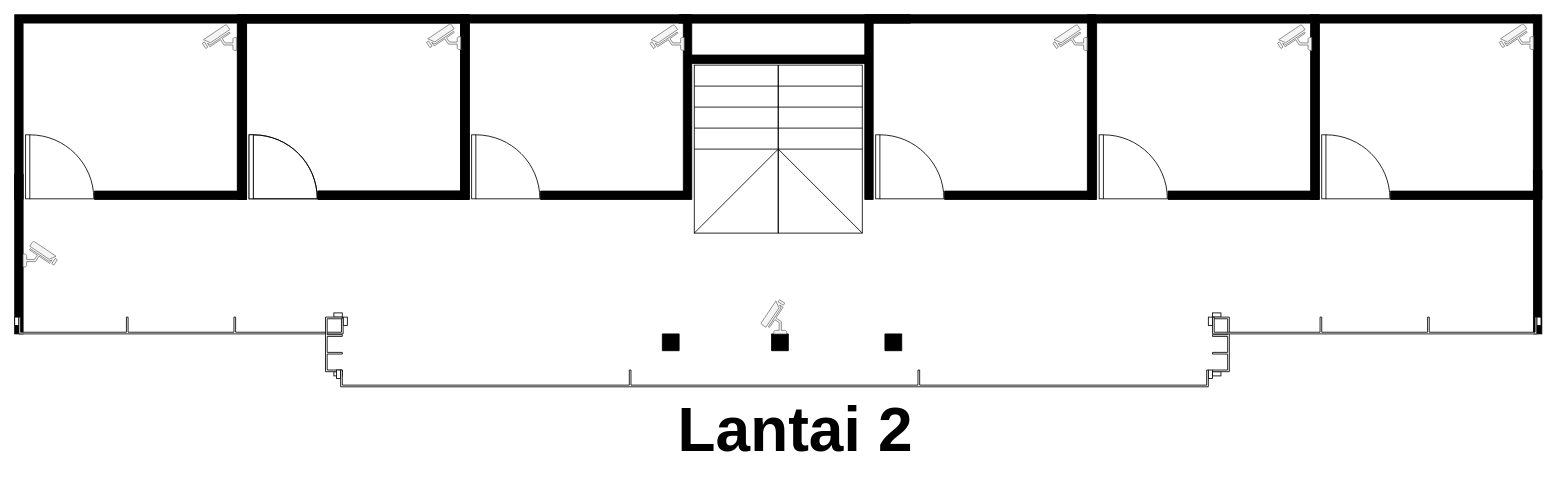
Before: page "2nd - floor" (2 of 4) of Diagram Tanpa Judul.drawio in mohammadrifanmushlih17/My-Project-Draw, a draw.io diagram. Source tidied: cells renumbered, new cells numbered last; positions are measured from the earlier drawing's top-left corner, leaving out a move shared by most shapes. Both pictures are drawn from the tidied source at 84%, with x=0, y=0 at pixel (14, 14).
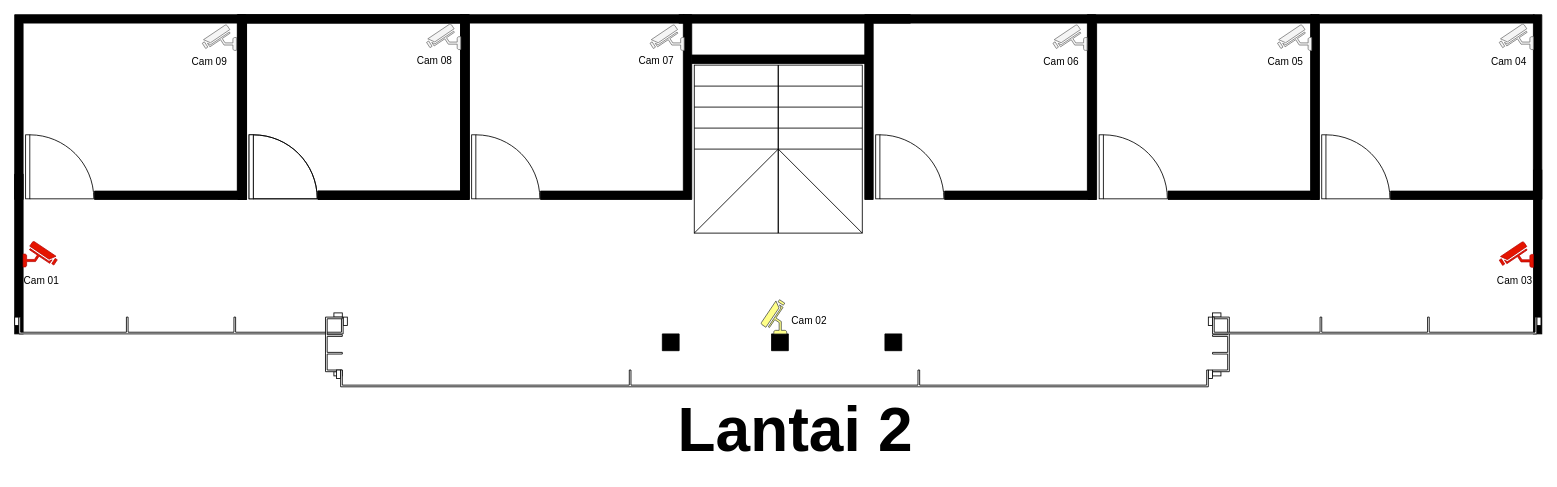
The same diagram, later.

The change refers to these unchanged cells:
```xml
<mxCell id="9" style="group;" parent="1" vertex="1">
  <mxGeometry x="531" width="275" height="220" as="geometry" />
</mxCell>
<mxCell id="16" style="group;" parent="1" vertex="1">
  <mxGeometry x="1278" width="275" height="220" as="geometry" />
</mxCell>
<mxCell id="20" style="group;" parent="1" vertex="1">
  <mxGeometry x="1543" width="275" height="220" as="geometry" />
</mxCell>
<mxCell id="38" style="group;" parent="1" vertex="1">
  <mxGeometry x="266" width="275" height="220" as="geometry" />
</mxCell>
```

Diff of the diagram source:
```diff
@@
+    <mxCell id="50" value="Cam 07" style="text;html=1;align=center;verticalAlign=middle;whiteSpace=wrap;rounded=0;" parent="9" vertex="1">
+      <mxGeometry x="203" y="40" width="60" height="30" as="geometry" />
+    </mxCell>
@@
+    <mxCell id="51" value="Cam 05" style="text;html=1;align=center;verticalAlign=middle;whiteSpace=wrap;rounded=0;" parent="16" vertex="1">
+      <mxGeometry x="205" y="41" width="60" height="30" as="geometry" />
+    </mxCell>
@@
+    <mxCell id="52" value="Cam 04" style="text;html=1;align=center;verticalAlign=middle;whiteSpace=wrap;rounded=0;" parent="20" vertex="1">
+      <mxGeometry x="206" y="41" width="60" height="30" as="geometry" />
+    </mxCell>
@@
+    <mxCell id="53" value="Cam 08" style="text;html=1;align=center;verticalAlign=middle;whiteSpace=wrap;rounded=0;" parent="38" vertex="1">
+      <mxGeometry x="204" y="40" width="60" height="30" as="geometry" />
+    </mxCell>
@@
-    <mxCell id="47" style="fontColor=#333333;verticalAlign=top;verticalLabelPosition=bottom;labelPosition=center;align=center;html=1;fillColor=#f5f5f5;strokeColor=#666666;gradientDirection=north;strokeWidth=2;shape=mxgraph.networks.security_camera;direction=east;flipH=0;" parent="1" vertex="1">
+    <mxCell id="47" style="fontColor=#ffffff;verticalAlign=top;verticalLabelPosition=bottom;labelPosition=center;align=center;html=1;fillColor=#e51400;strokeColor=#B20000;gradientDirection=north;strokeWidth=2;shape=mxgraph.networks.security_camera;direction=east;flipH=0;" parent="1" vertex="1">
       <mxGeometry x="10" y="269.8" width="40.7" height="30.5" as="geometry" />
     </mxCell>
-    <mxCell id="48" style="fontColor=#333333;verticalAlign=top;verticalLabelPosition=bottom;labelPosition=center;align=center;html=1;fillColor=#f5f5f5;strokeColor=#666666;gradientDirection=north;strokeWidth=2;shape=mxgraph.networks.security_camera;direction=south;flipH=1;flipV=1;" parent="1" vertex="1">
+    <mxCell id="48" style="verticalAlign=top;verticalLabelPosition=bottom;labelPosition=center;align=center;html=1;fillColor=#ffff88;strokeColor=#36393d;gradientDirection=north;strokeWidth=2;shape=mxgraph.networks.security_camera;direction=south;flipH=1;flipV=1;" parent="1" vertex="1">
       <mxGeometry x="888.5" y="339.3" width="30.5" height="40.7" as="geometry" />
     </mxCell>
@@
+    <mxCell id="54" style="fontColor=#ffffff;verticalAlign=top;verticalLabelPosition=bottom;labelPosition=center;align=center;html=1;fillColor=#e51400;strokeColor=#B20000;gradientDirection=north;strokeWidth=2;shape=mxgraph.networks.security_camera;direction=east;flipH=1;" parent="1" vertex="1">
+      <mxGeometry x="1767.3" y="270.2" width="40.7" height="30.5" as="geometry" />
+    </mxCell>
+    <mxCell id="55" value="Cam 09" style="text;html=1;align=center;verticalAlign=middle;whiteSpace=wrap;rounded=0;" parent="1" vertex="1">
+      <mxGeometry x="202" y="40.5" width="60" height="30" as="geometry" />
+    </mxCell>
+    <mxCell id="56" value="Cam 01" style="text;html=1;align=center;verticalAlign=middle;whiteSpace=wrap;rounded=0;" parent="1" vertex="1">
+      <mxGeometry x="2" y="302" width="60" height="30" as="geometry" />
+    </mxCell>
+    <mxCell id="57" value="Cam 03" style="text;html=1;align=center;verticalAlign=middle;whiteSpace=wrap;rounded=0;" parent="1" vertex="1">
+      <mxGeometry x="1756" y="302" width="60" height="30" as="geometry" />
+    </mxCell>
+    <mxCell id="58" value="Cam 06" style="text;html=1;align=center;verticalAlign=middle;whiteSpace=wrap;rounded=0;" parent="1" vertex="1">
+      <mxGeometry x="1215.7" y="40.5" width="60" height="30" as="geometry" />
+    </mxCell>
+    <mxCell id="59" value="Cam 02" style="text;html=1;align=center;verticalAlign=middle;whiteSpace=wrap;rounded=0;" parent="1" vertex="1">
+      <mxGeometry x="916" y="350" width="60" height="30" as="geometry" />
+    </mxCell>
```
